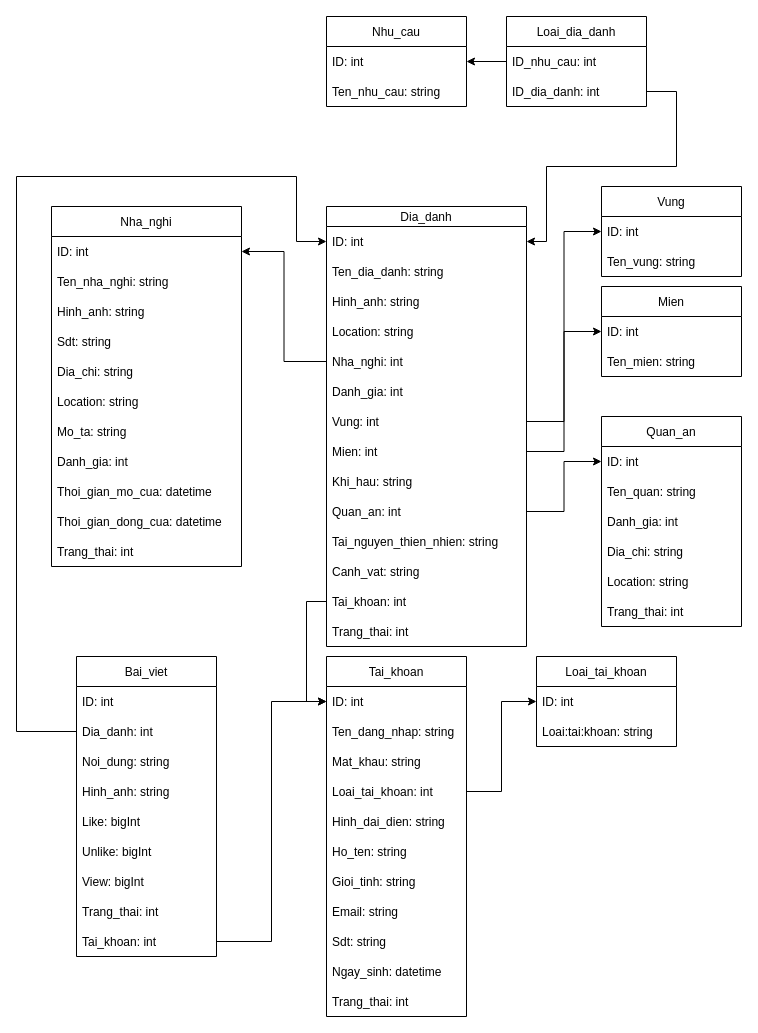
Before: CSDL/CSDL.drawio in LocNguyenCompany/Du_lich_Viet_Nam, a draw.io diagram. Source tidied: cells renumbered, new cells numbered last; positions are measured from the earlier drawing's top-left corner, leaving out a move shared by most shapes. Both pictures are drawn from the tidied source at 100%, with x=0, y=0 at pixel (16, 16).
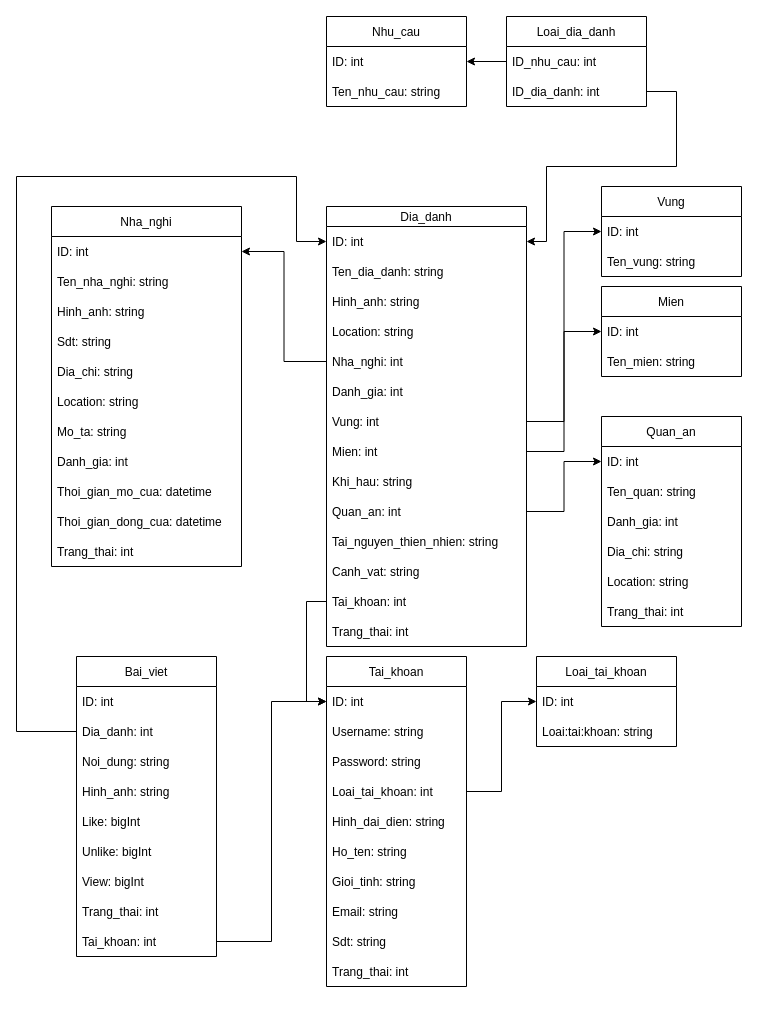
Above is the later version.

The edit, as a diff of the source:
```diff
@@
     <mxCell id="41" value="Tai_khoan" style="swimlane;fontStyle=0;horizontal=1;startSize=30;" parent="1" vertex="1">
-      <mxGeometry x="310" y="640" width="140" height="360" as="geometry" />
+      <mxGeometry x="310" y="640" width="140" height="330" as="geometry" />
     </mxCell>
@@
-    <mxCell id="43" value="Ten_dang_nhap: string" style="text;strokeColor=none;fillColor=none;align=left;verticalAlign=middle;spacingLeft=4;spacingRight=4;overflow=hidden;" parent="41" vertex="1">
+    <mxCell id="43" value="Username: string" style="text;strokeColor=none;fillColor=none;align=left;verticalAlign=middle;spacingLeft=4;spacingRight=4;overflow=hidden;" parent="41" vertex="1">
       <mxGeometry y="60" width="140" height="30" as="geometry" />
     </mxCell>
-    <mxCell id="44" value="Mat_khau: string" style="text;strokeColor=none;fillColor=none;align=left;verticalAlign=middle;spacingLeft=4;spacingRight=4;overflow=hidden;" parent="41" vertex="1">
+    <mxCell id="44" value="Password: string" style="text;strokeColor=none;fillColor=none;align=left;verticalAlign=middle;spacingLeft=4;spacingRight=4;overflow=hidden;" parent="41" vertex="1">
       <mxGeometry y="90" width="140" height="30" as="geometry" />
     </mxCell>
@@
-    <mxCell id="51" value="Ngay_sinh: datetime" style="text;strokeColor=none;fillColor=none;align=left;verticalAlign=middle;spacingLeft=4;spacingRight=4;overflow=hidden;" parent="41" vertex="1">
-      <mxGeometry y="300" width="140" height="30" as="geometry" />
-    </mxCell>
     <mxCell id="52" value="Trang_thai: int" style="text;strokeColor=none;fillColor=none;align=left;verticalAlign=middle;spacingLeft=4;spacingRight=4;overflow=hidden;" parent="41" vertex="1">
-      <mxGeometry y="330" width="140" height="30" as="geometry" />
+      <mxGeometry y="300" width="140" height="30" as="geometry" />
     </mxCell>
```
